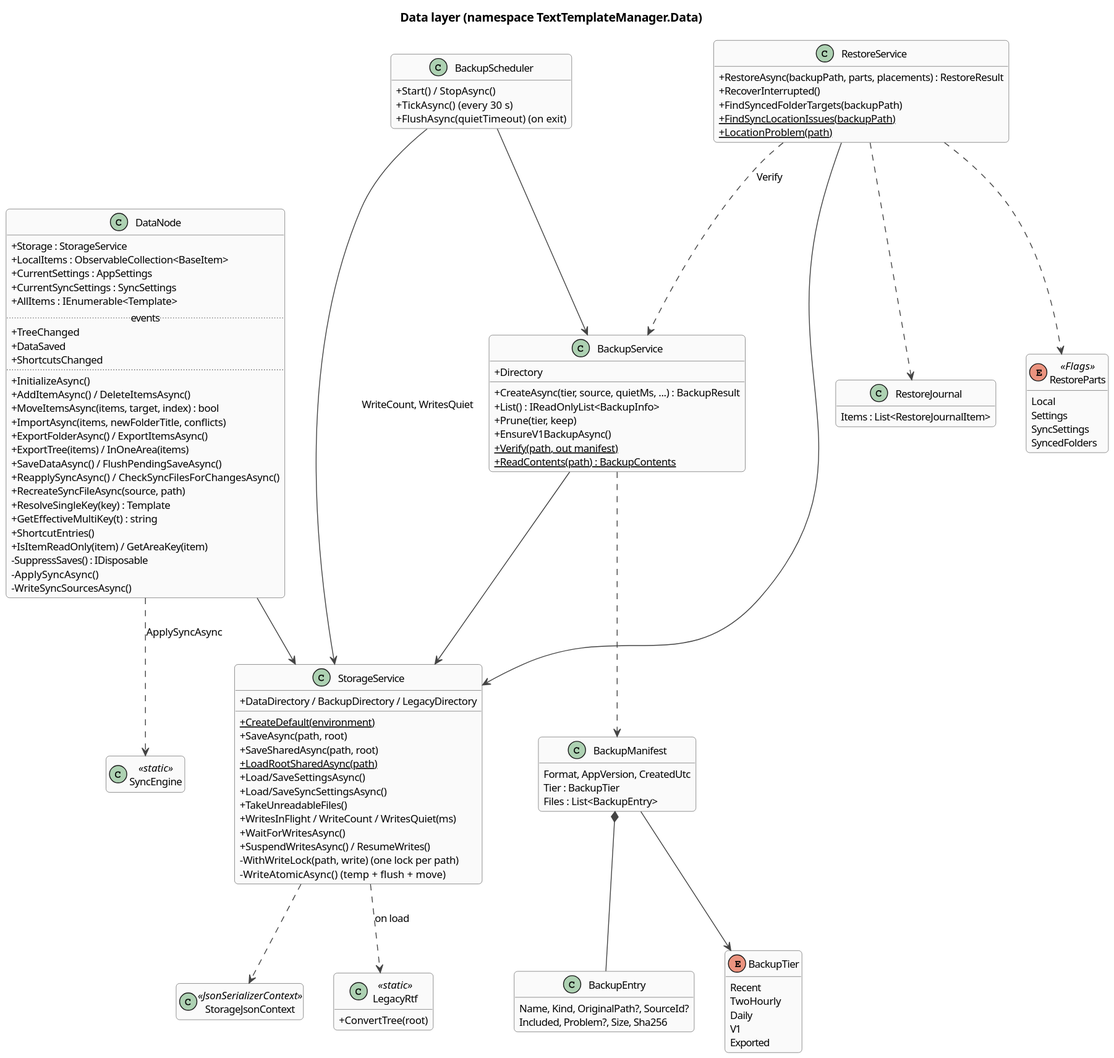
halatsWol/TextTemplateManager-v2 keeps this PlantUML diagram as docs/architecture/diagrams/class-data.svg. Above is the earlier version.
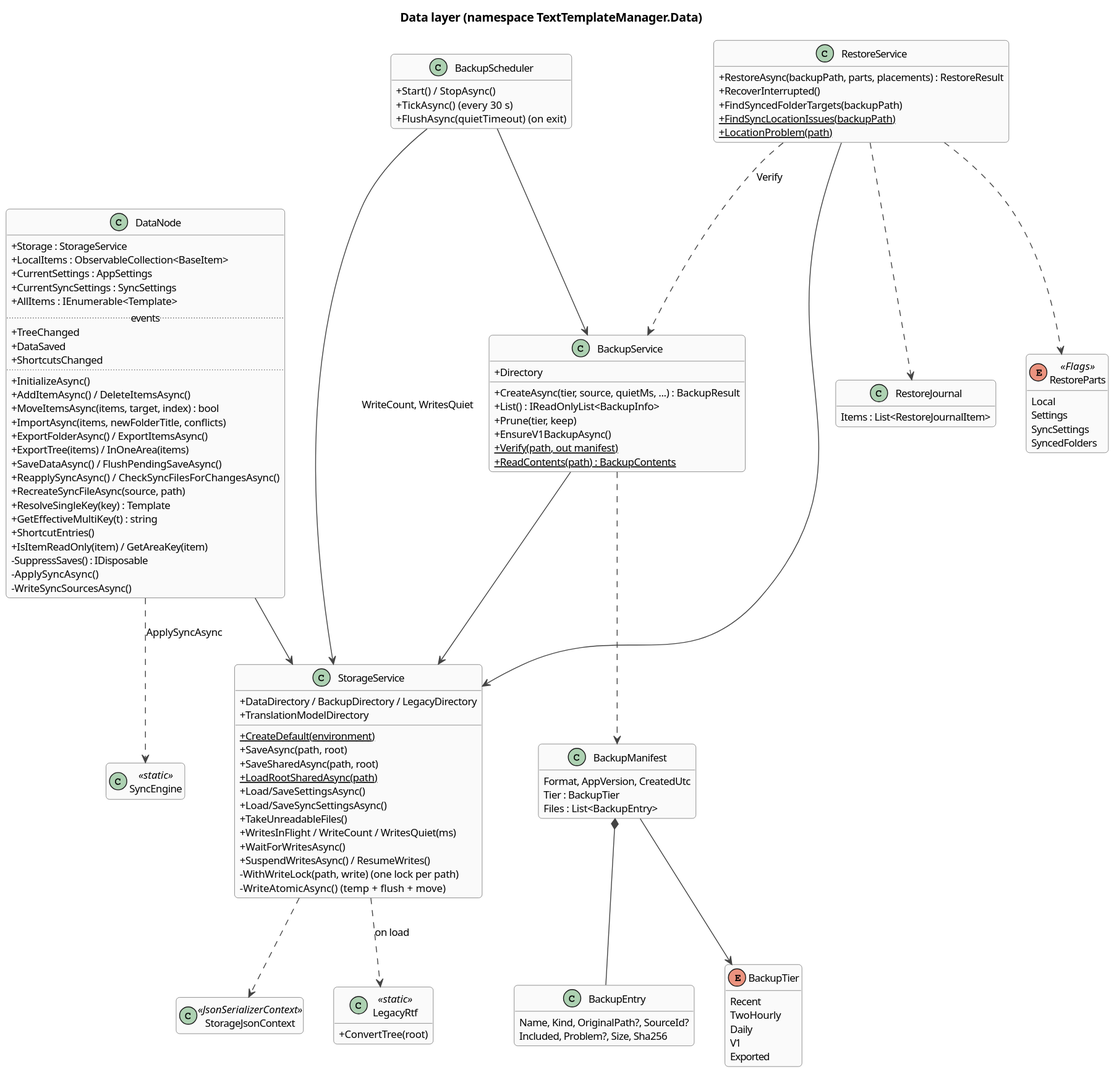
The same diagram one commit later.

Change to the diagram source:
```diff
@@ -33,6 +33,7 @@
 
 class StorageService {
   +DataDirectory / BackupDirectory / LegacyDirectory
+  +TranslationModelDirectory
   +{static} CreateDefault(environment)
   +SaveAsync(path, root)
   +SaveSharedAsync(path, root)
```
